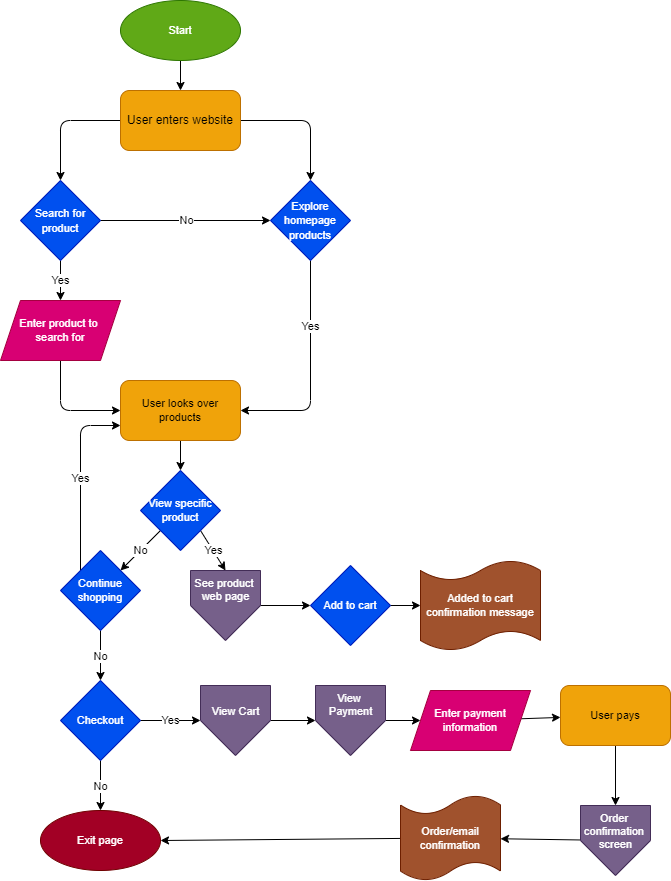
The draw.io diagram explore/diagramming/diagram.drawio.png in maggieliu123/fa22-cse110-lab4, before a commit. Source tidied: cells renumbered, new cells last; positions are measured from the earlier drawing's top-left corner, leaving out a move shared by most shapes.
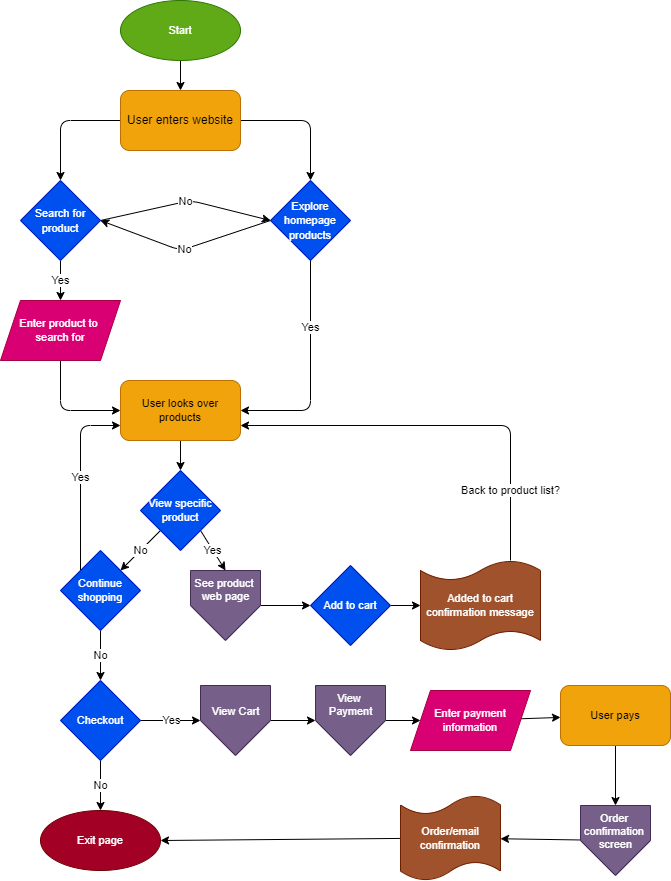
Later version of the same file.

Diff of the diagram source:
```diff
@@ -22,8 +22,12 @@
     <mxCell id="5" value="Yes" style="edgeStyle=none;html=1;exitX=0.5;exitY=1;exitDx=0;exitDy=0;entryX=0.5;entryY=0;entryDx=0;entryDy=0;fontSize=11;" parent="1" edge="1" source="7" target="11">
       <mxGeometry relative="1" as="geometry" />
     </mxCell>
-    <mxCell id="6" value="No" style="edgeStyle=none;html=1;exitX=1;exitY=0.5;exitDx=0;exitDy=0;entryX=0;entryY=0.5;entryDx=0;entryDy=0;fontSize=11;" parent="1" edge="1" source="7" target="9">
-      <mxGeometry relative="1" as="geometry" />
+    <mxCell id="6" value="No" style="edgeStyle=none;html=1;exitX=1;exitY=0.5;exitDx=0;exitDy=0;fontSize=11;entryX=0;entryY=0.5;entryDx=0;entryDy=0;" parent="1" edge="1" source="7" target="9">
+      <mxGeometry relative="1" as="geometry">
+        <Array as="points">
+          <mxPoint x="190" y="200" />
+        </Array>
+      </mxGeometry>
     </mxCell>
     <mxCell id="7" value="&lt;font style=&quot;font-size: 11px&quot;&gt;Search for product&lt;/font&gt;" style="rhombus;whiteSpace=wrap;html=1;fillColor=#0050ef;strokeColor=#001DBC;fontColor=#ffffff;" parent="1" vertex="1">
       <mxGeometry x="20" y="180" width="80" height="80" as="geometry" />
@@ -35,6 +39,13 @@
         </Array>
       </mxGeometry>
     </mxCell>
+    <mxCell id="43" value="No" style="edgeStyle=none;html=1;entryX=1;entryY=0.5;entryDx=0;entryDy=0;fontSize=11;exitX=0;exitY=0.5;exitDx=0;exitDy=0;" parent="1" edge="1" source="9" target="7">
+      <mxGeometry relative="1" as="geometry">
+        <Array as="points">
+          <mxPoint x="180" y="250" />
+        </Array>
+      </mxGeometry>
+    </mxCell>
     <mxCell id="9" value="&lt;font style=&quot;font-size: 11px&quot;&gt;Explore homepage products&lt;/font&gt;" style="rhombus;whiteSpace=wrap;html=1;fillColor=#0050ef;fontColor=#ffffff;strokeColor=#001DBC;" parent="1" vertex="1">
       <mxGeometry x="270" y="180" width="80" height="80" as="geometry" />
     </mxCell>
@@ -88,6 +99,16 @@
     <mxCell id="23" value="Continue shopping" style="rhombus;whiteSpace=wrap;html=1;fontSize=11;fillColor=#0050ef;fontColor=#ffffff;strokeColor=#001DBC;" parent="1" vertex="1">
       <mxGeometry x="60" y="550" width="80" height="80" as="geometry" />
     </mxCell>
+    <mxCell id="44" value="Back to product list?" style="edgeStyle=none;html=1;exitX=0.75;exitY=0;exitDx=0;exitDy=0;exitPerimeter=0;entryX=1;entryY=0.75;entryDx=0;entryDy=0;fontSize=11;" parent="1" edge="1">
+      <mxGeometry x="-0.66" relative="1" as="geometry">
+        <mxPoint x="510" y="560" as="sourcePoint" />
+        <mxPoint x="240" y="425" as="targetPoint" />
+        <Array as="points">
+          <mxPoint x="510" y="425" />
+        </Array>
+        <mxPoint y="-1" as="offset" />
+      </mxGeometry>
+    </mxCell>
     <mxCell id="24" value="Added to cart confirmation message" style="shape=tape;whiteSpace=wrap;html=1;fontSize=11;size=0.2222222222222222;fillColor=#a0522d;fontColor=#ffffff;strokeColor=#6D1F00;" parent="1" vertex="1">
       <mxGeometry x="420" y="560" width="120" height="90" as="geometry" />
     </mxCell>
```
